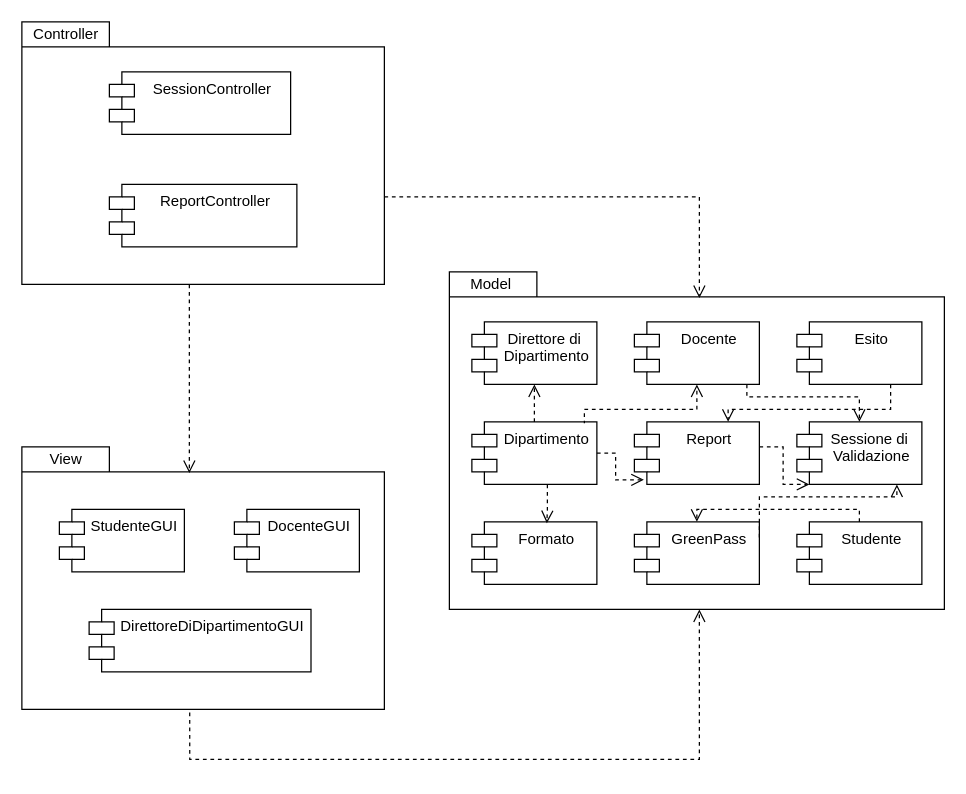
The draw.io diagram Documentazione/Resources/Component Diagram.drawio in Alberto-00/EasyPass, before the edit. Source tidied: cells renumbered, new cells numbered last; positions are measured from the earlier drawing's top-left corner, leaving out a move shared by most shapes. Both pictures are drawn from the tidied source at 125%, with x=0, y=0 at pixel (21, 21).
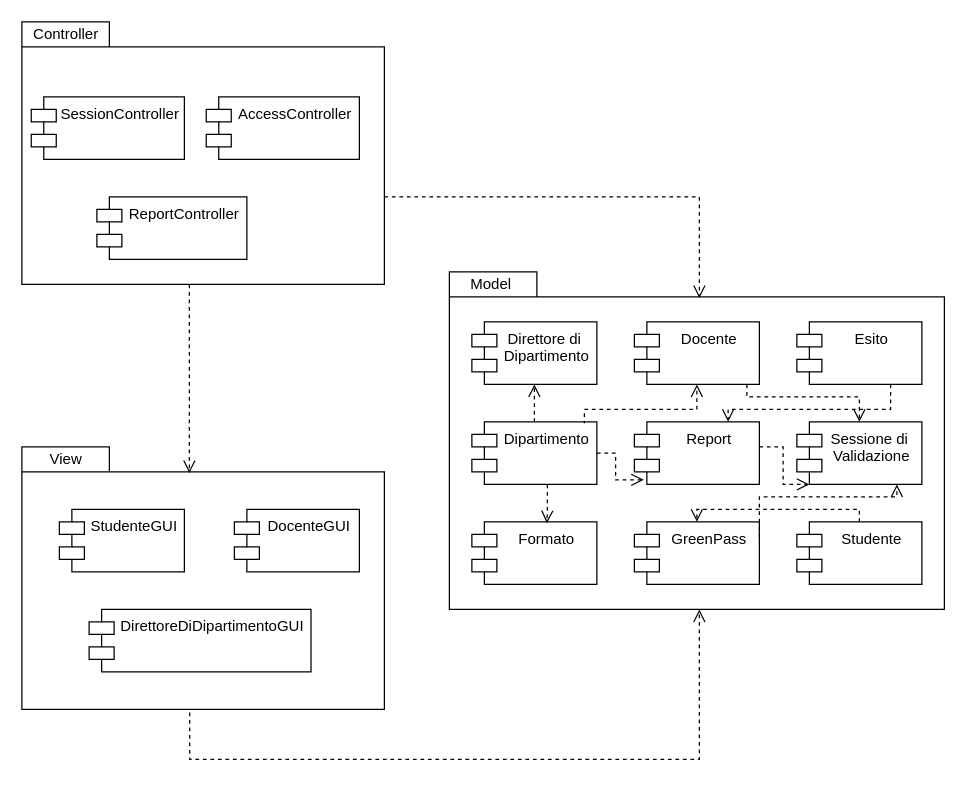
After the change.

Commit message (it also covers changes not shown here):
Update Component Diagram

Change to the diagram source:
```diff
@@
     <mxCell id="10" value="SessionController" style="shape=module;align=left;spacingLeft=20;align=center;verticalAlign=top;" parent="1" vertex="1">
-      <mxGeometry x="70" y="40" width="145" height="50" as="geometry" />
+      <mxGeometry x="7.5" y="60" width="122.5" height="50" as="geometry" />
     </mxCell>
     <mxCell id="11" value="ReportController" style="shape=module;align=left;spacingLeft=20;align=center;verticalAlign=top;" parent="1" vertex="1">
-      <mxGeometry x="70" y="130" width="150" height="50" as="geometry" />
+      <mxGeometry x="60" y="140" width="120" height="50" as="geometry" />
     </mxCell>
@@
+    <mxCell id="34" value="AccessController" style="shape=module;align=left;spacingLeft=20;align=center;verticalAlign=top;" parent="1" vertex="1">
+      <mxGeometry x="147.5" y="60" width="122.5" height="50" as="geometry" />
+    </mxCell>
```
